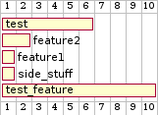
Before: project/gantt_chart.png, a diagram exported from PlantUML (doovis/project_manager). Its diagram source:
```plantuml
@startgantt
[test] lasts 6 days
[feature2] lasts 2 days
[feature1] lasts 1 days
[side_stuff] lasts 1 days
[test_feature] lasts 10 days
@endgantt
```
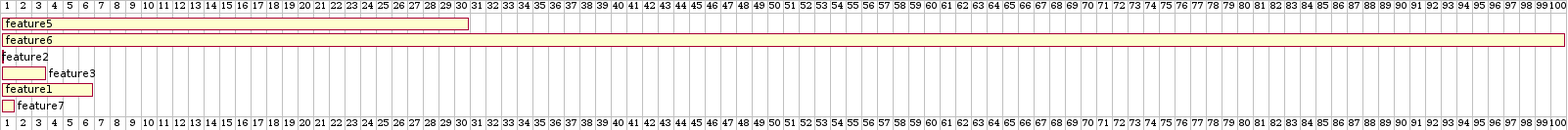
Later version of the same file.

Commit message:
testing gantt and wbs

Diff of the diagram source:
```diff
@@ -1,7 +1,8 @@
 @startgantt
-[test] lasts 6 days
-[feature2] lasts 2 days
-[feature1] lasts 1 days
-[side_stuff] lasts 1 days
-[test_feature] lasts 10 days
+[feature5] lasts 30 days
+[feature6] lasts 100 days
+[feature2] lasts 0 days
+[feature3] lasts 3 days
+[feature1] lasts 6 days
+[feature7] lasts 1 days
 @endgantt
```
